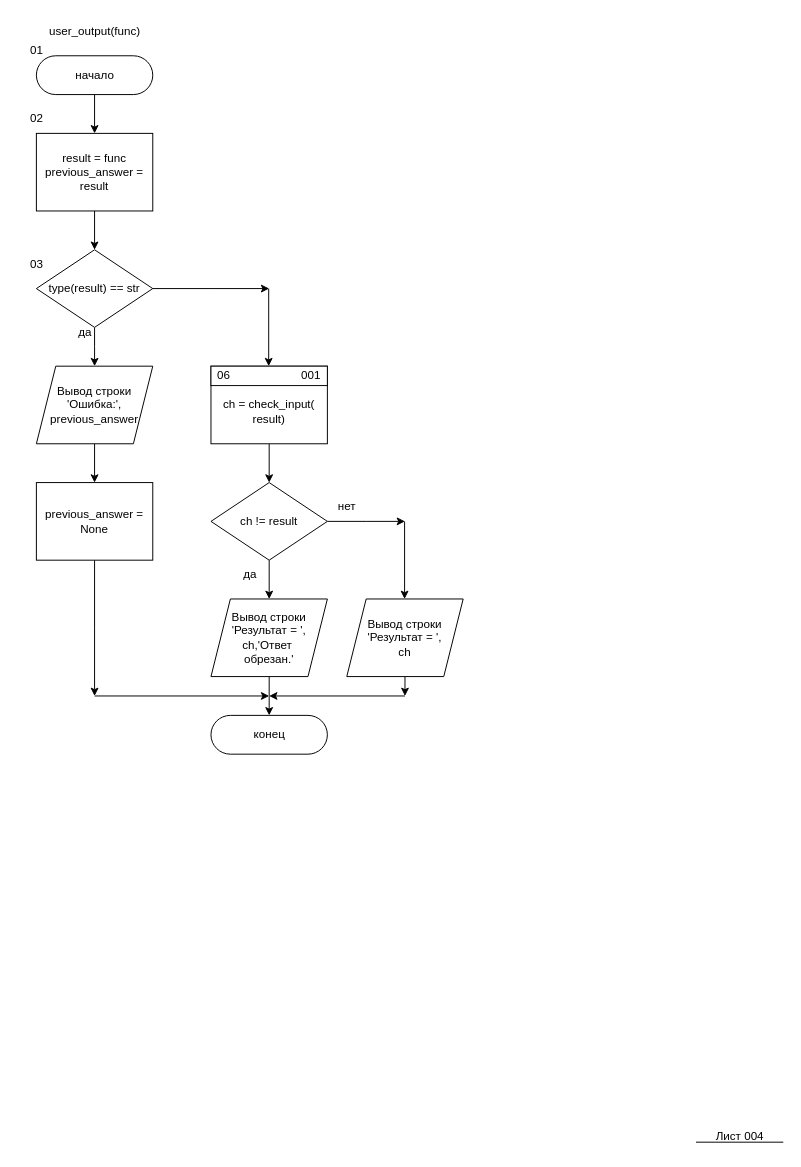
Before: page "Page-4" (4 of 11) of start.drawio in Salamander-m/tillabaev, a draw.io diagram. Source tidied: cells renumbered, new cells numbered last; positions are measured from the earlier drawing's top-left corner, leaving out a move shared by most shapes. Both pictures are drawn from the tidied source at 97%, with x=0, y=0 at pixel (16, 16).
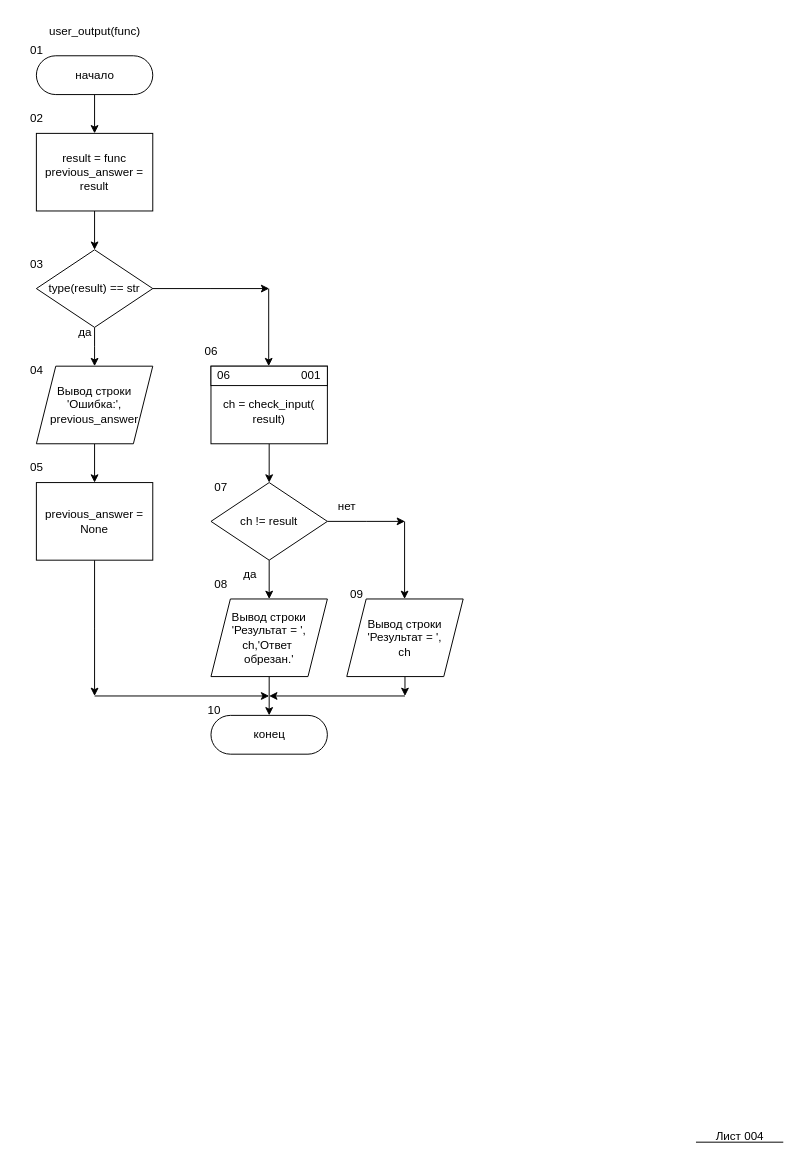
The same page after the edit.

Change to the diagram source:
```diff
@@
+    <mxCell id="37" value="04" style="text;html=1;align=center;verticalAlign=middle;strokeColor=none;fillColor=none;" parent="1" vertex="1">
+      <mxGeometry y="350" width="40" height="30" as="geometry" />
+    </mxCell>
+    <mxCell id="38" value="05" style="text;html=1;align=center;verticalAlign=middle;strokeColor=none;fillColor=none;" parent="1" vertex="1">
+      <mxGeometry y="450" width="40" height="30" as="geometry" />
+    </mxCell>
+    <mxCell id="39" value="06" style="text;html=1;align=center;verticalAlign=middle;strokeColor=none;fillColor=none;" parent="1" vertex="1">
+      <mxGeometry x="180" y="330" width="40" height="30" as="geometry" />
+    </mxCell>
+    <mxCell id="40" value="07" style="text;html=1;align=center;verticalAlign=middle;strokeColor=none;fillColor=none;" parent="1" vertex="1">
+      <mxGeometry x="190" y="470" width="40" height="30" as="geometry" />
+    </mxCell>
+    <mxCell id="41" value="08" style="text;html=1;align=center;verticalAlign=middle;strokeColor=none;fillColor=none;" parent="1" vertex="1">
+      <mxGeometry x="190" y="570" width="40" height="30" as="geometry" />
+    </mxCell>
+    <mxCell id="42" value="09" style="text;html=1;align=center;verticalAlign=middle;strokeColor=none;fillColor=none;" parent="1" vertex="1">
+      <mxGeometry x="330" y="580" width="40" height="30" as="geometry" />
+    </mxCell>
+    <mxCell id="43" value="10" style="text;html=1;align=center;verticalAlign=middle;strokeColor=none;fillColor=none;" parent="1" vertex="1">
+      <mxGeometry x="183" y="700" width="40" height="30" as="geometry" />
+    </mxCell>
```
